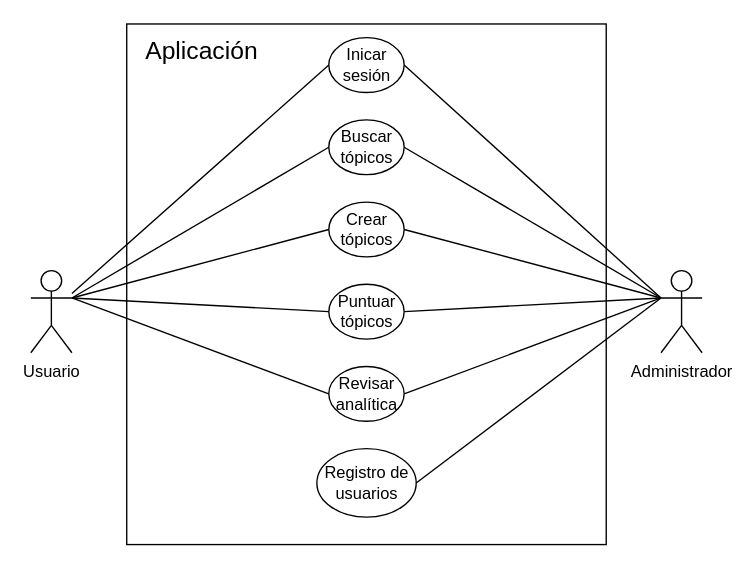
The draw.io diagram Diagrams/Diagrama_Casos_de_Uso.drawio in IvanRenteria/Analisis-Avanzado-de-Software, before the edit. Source tidied: cells renumbered, new cells numbered last; positions are measured from the earlier drawing's top-left corner, leaving out a move shared by most shapes. Both pictures are drawn from the tidied source at 137%, with x=0, y=0 at pixel (30, 23).
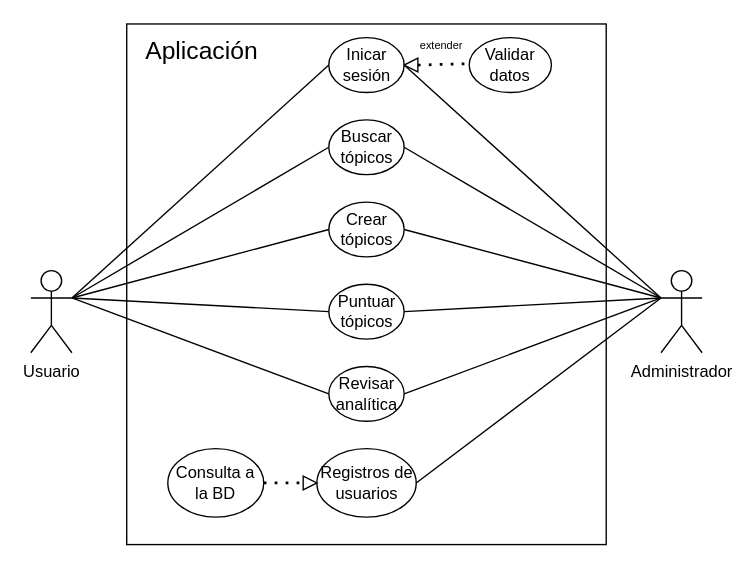
The same diagram, later.

The change refers to these unchanged cells:
```xml
<mxCell id="2" value="Usuario" style="shape=umlActor;verticalLabelPosition=bottom;verticalAlign=top;html=1;outlineConnect=0;" parent="1" vertex="1">
  <mxGeometry y="180" width="30" height="60" as="geometry" />
</mxCell>
<mxCell id="6" value="Inicar sesión" style="ellipse;whiteSpace=wrap;html=1;" parent="1" vertex="1">
  <mxGeometry x="217.5" y="10" width="55" height="40" as="geometry" />
</mxCell>
```

What changed in the source:
```diff
@@
-    <mxCell id="12" value="Registro de usuarios" style="ellipse;whiteSpace=wrap;html=1;" parent="1" vertex="1">
+    <mxCell id="12" value="Registros de usuarios" style="ellipse;whiteSpace=wrap;html=1;" parent="1" vertex="1">
       <mxGeometry x="208.8" y="310" width="72.5" height="50" as="geometry" />
     </mxCell>
@@
-    <mxCell id="14" style="endArrow=none;html=1;entryX=0;entryY=0.5;entryDx=0;entryDy=0;" parent="1" edge="1" source="2" target="6">
-      <mxGeometry relative="1" as="geometry" />
+    <mxCell id="14" style="endArrow=none;html=1;entryX=0;entryY=0.5;entryDx=0;entryDy=0;" parent="1" edge="1" target="6">
+      <mxGeometry relative="1" as="geometry">
+        <mxPoint x="30" y="200" as="sourcePoint" />
+      </mxGeometry>
     </mxCell>
@@
+    <mxCell id="25" value="Validar datos" style="ellipse;whiteSpace=wrap;html=1;" parent="1" vertex="1">
+      <mxGeometry x="320" y="10" width="60" height="40" as="geometry" />
+    </mxCell>
+    <mxCell id="26" style="endArrow=none;dashed=1;html=1;dashPattern=1 3;strokeWidth=2;exitX=0;exitY=0.5;exitDx=0;exitDy=0;" parent="1" edge="1" source="27">
+      <mxGeometry relative="1" as="geometry">
+        <mxPoint x="320" y="29" as="targetPoint" />
+      </mxGeometry>
+    </mxCell>
+    <mxCell id="27" style="triangle;whiteSpace=wrap;html=1;rotation=-180;" parent="1" vertex="1">
+      <mxGeometry x="272.5" y="25" width="10" height="10" as="geometry" />
+    </mxCell>
+    <mxCell id="28" value="&lt;font style=&quot;font-size: 8px&quot;&gt;extender&lt;/font&gt;" style="text;html=1;strokeColor=none;fillColor=none;align=center;verticalAlign=middle;whiteSpace=wrap;rounded=0;" parent="1" vertex="1">
+      <mxGeometry x="280" y="5" width="40" height="20" as="geometry" />
+    </mxCell>
+    <mxCell id="29" value="Consulta a la BD" style="ellipse;whiteSpace=wrap;html=1;" parent="1" vertex="1">
+      <mxGeometry x="100" y="310" width="70" height="50" as="geometry" />
+    </mxCell>
+    <mxCell id="30" style="triangle;whiteSpace=wrap;html=1;rotation=0;" parent="1" vertex="1">
+      <mxGeometry x="198.8" y="330" width="10" height="10" as="geometry" />
+    </mxCell>
+    <mxCell id="31" style="endArrow=none;dashed=1;html=1;dashPattern=1 3;strokeWidth=2;entryX=0;entryY=0.5;entryDx=0;entryDy=0;exitX=1;exitY=0.5;exitDx=0;exitDy=0;" parent="1" edge="1" source="29" target="30">
+      <mxGeometry relative="1" as="geometry" />
+    </mxCell>
```
